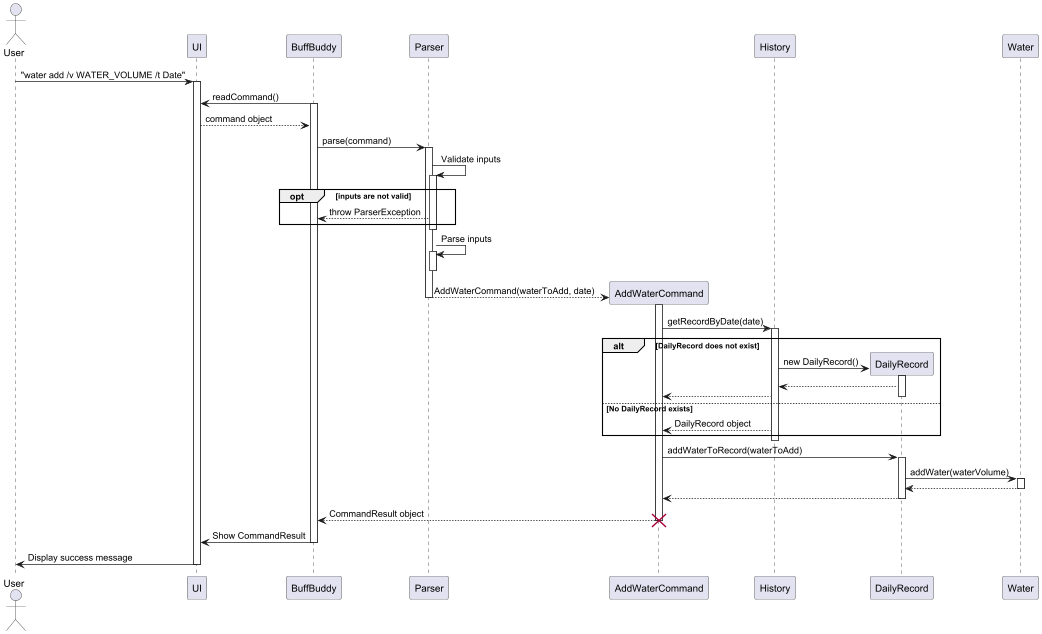
Earlier version of the PlantUML export docs/images/addWaterSequenceDiagram.png (nus-cs2113-AY2425S1/tp).
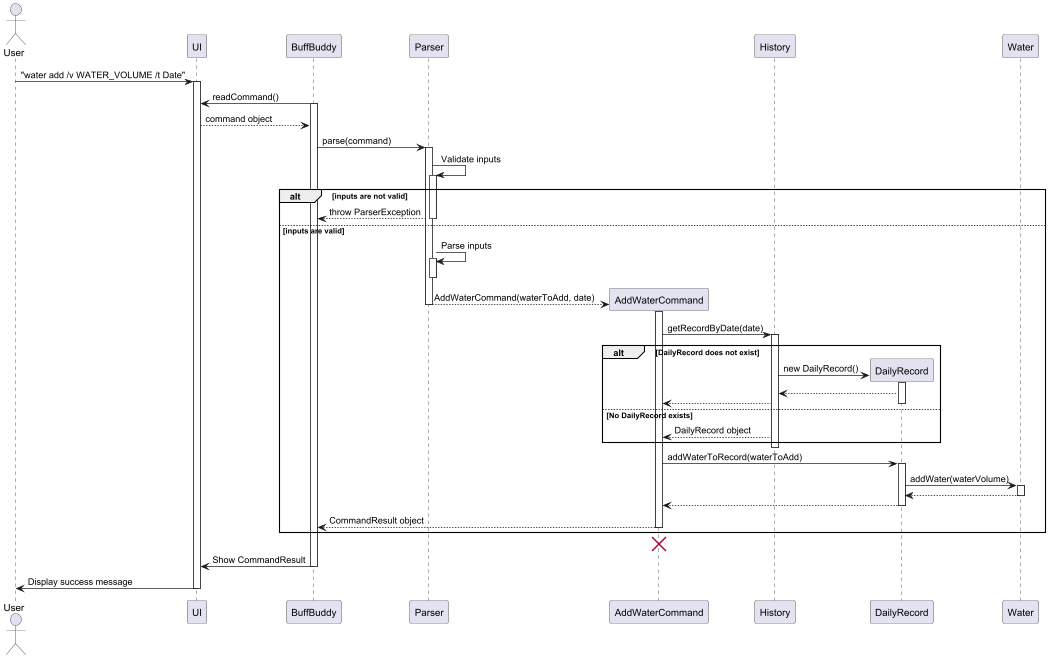
After the change.

Diff of the diagram source:
```diff
@@ -17,9 +17,9 @@
 
 Parser -> Parser : Validate inputs
 activate Parser
-opt inputs are not valid
+alt inputs are not valid
     Parser --> BB : throw ParserException
-    end
+else inputs are valid
 deactivate Parser
 
 Parser -> Parser : Parse inputs
@@ -61,6 +61,7 @@
 
 AddCmd --> BB: CommandResult object
 deactivate AddCmd
+end
 destroy AddCmd
 
 BB -> UI: Show CommandResult
```
